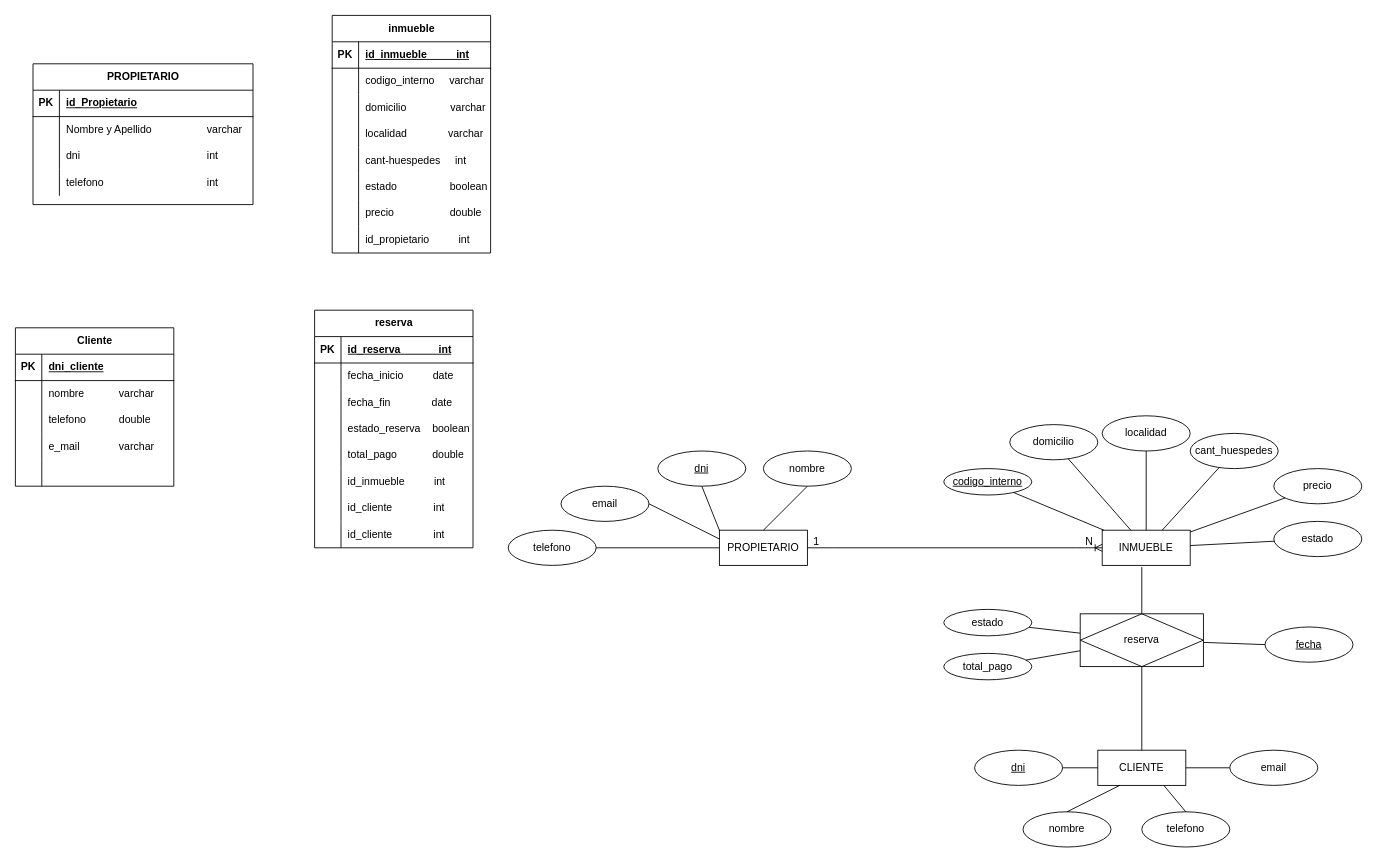
Above: page "Page-1" (2 of 2) of Diagrama sin título.drawio in carbai3/ABD_EJERCICIO1 (draw.io), before the change. Source tidied: cells renumbered, new cells numbered last; positions are measured from the earlier drawing's top-left corner, leaving out a move shared by most shapes. Both pictures are drawn from the tidied source at 88%, with x=0, y=0 at pixel (15, 15).
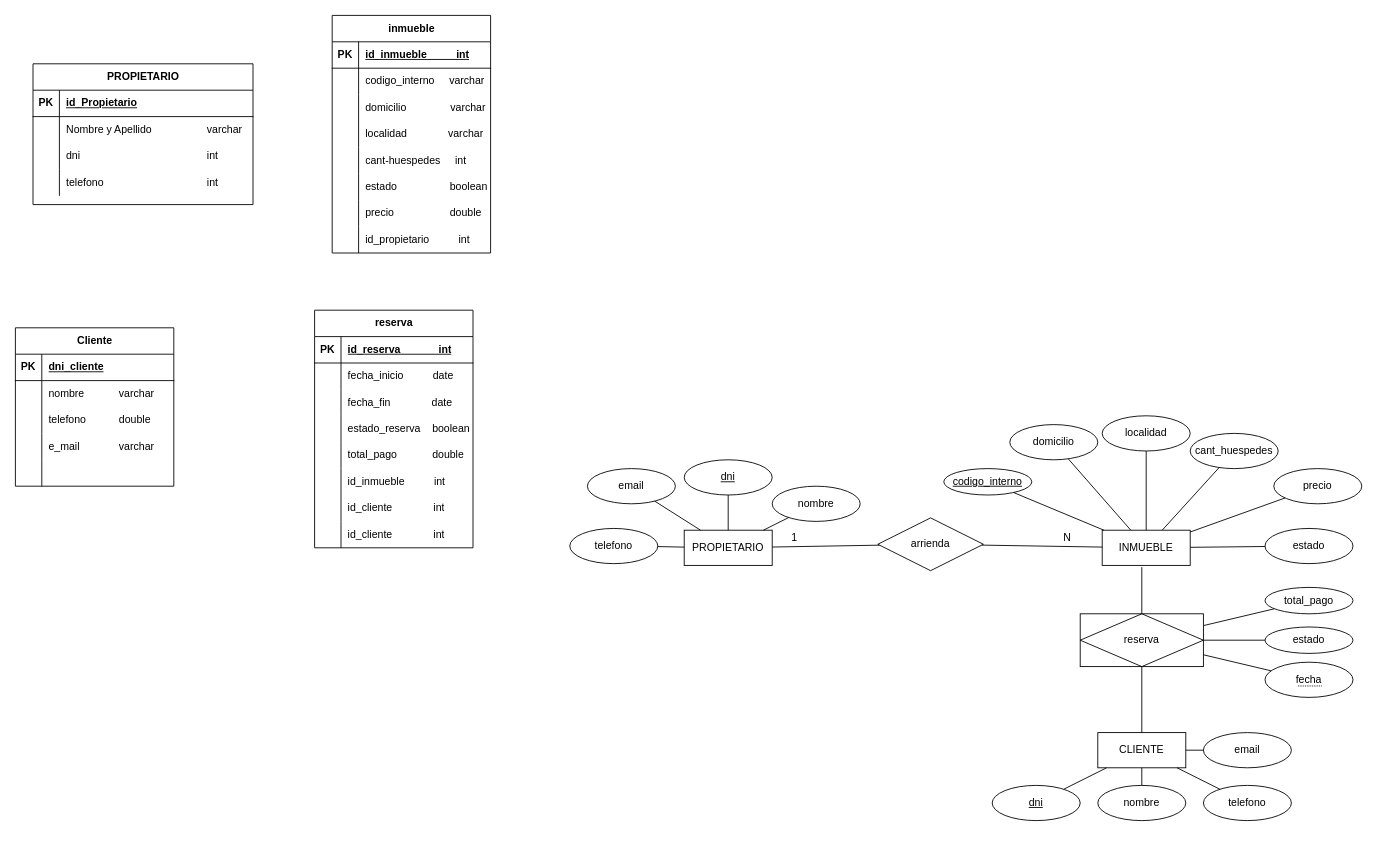
The same diagram, later.

Unchanged cells that the change refers to:
```xml
<mxCell id="3" value="INMUEBLE" style="whiteSpace=wrap;html=1;align=center;" parent="1" vertex="1">
  <mxGeometry x="1235" y="585" width="100" height="40" as="geometry" />
</mxCell>
<mxCell id="122" value="reserva" style="shape=associativeEntity;whiteSpace=wrap;html=1;align=center;" parent="1" vertex="1">
  <mxGeometry x="1210" y="680" width="140" height="60" as="geometry" />
</mxCell>
```

Diff of the diagram source:
```diff
@@
     <mxCell id="2" value="PROPIETARIO" style="whiteSpace=wrap;html=1;align=center;" parent="1" vertex="1">
-      <mxGeometry x="800" y="585" width="100" height="40" as="geometry" />
+      <mxGeometry x="760" y="585" width="100" height="40" as="geometry" />
     </mxCell>
@@
     <mxCell id="4" value="dni" style="ellipse;whiteSpace=wrap;html=1;align=center;fontStyle=4;" parent="1" vertex="1">
-      <mxGeometry x="730" y="495" width="100" height="40" as="geometry" />
+      <mxGeometry x="760" y="505" width="100" height="40" as="geometry" />
     </mxCell>
-    <mxCell id="5" style="endArrow=none;html=1;rounded=0;entryX=0;entryY=0;entryDx=0;entryDy=0;exitX=0.5;exitY=1;exitDx=0;exitDy=0;" parent="1" edge="1" source="4" target="2">
+    <mxCell id="5" style="endArrow=none;html=1;rounded=0;" parent="1" edge="1" source="4" target="2">
       <mxGeometry relative="1" as="geometry" />
     </mxCell>
@@
     <mxCell id="8" value="nombre" style="ellipse;whiteSpace=wrap;html=1;align=center;" parent="1" vertex="1">
-      <mxGeometry x="850" y="495" width="100" height="40" as="geometry" />
+      <mxGeometry x="860" y="535" width="100" height="40" as="geometry" />
     </mxCell>
-    <mxCell id="9" style="endArrow=none;html=1;rounded=0;exitX=0.5;exitY=0;exitDx=0;exitDy=0;entryX=0.5;entryY=1;entryDx=0;entryDy=0;" parent="1" edge="1" source="2" target="8">
+    <mxCell id="9" style="endArrow=none;html=1;rounded=0;" parent="1" edge="1" source="2" target="8">
       <mxGeometry relative="1" as="geometry" />
     </mxCell>
     <mxCell id="10" value="email" style="ellipse;whiteSpace=wrap;html=1;align=center;" parent="1" vertex="1">
-      <mxGeometry x="620" y="535" width="100" height="40" as="geometry" />
+      <mxGeometry x="650" y="515" width="100" height="40" as="geometry" />
     </mxCell>
-    <mxCell id="11" style="endArrow=none;html=1;rounded=0;exitX=1;exitY=0.5;exitDx=0;exitDy=0;entryX=0;entryY=0.25;entryDx=0;entryDy=0;" parent="1" edge="1" source="10" target="2">
+    <mxCell id="11" style="endArrow=none;html=1;rounded=0;" parent="1" edge="1" source="10" target="2">
       <mxGeometry relative="1" as="geometry" />
     </mxCell>
@@
     <mxCell id="18" value="estado" style="ellipse;whiteSpace=wrap;html=1;align=center;" parent="1" vertex="1">
-      <mxGeometry x="1430" y="575" width="100" height="40" as="geometry" />
+      <mxGeometry x="1420" y="583" width="100" height="40" as="geometry" />
     </mxCell>
@@
     <mxCell id="83" value="CLIENTE" style="whiteSpace=wrap;html=1;align=center;" parent="1" vertex="1">
-      <mxGeometry x="1230" y="835" width="100" height="40" as="geometry" />
+      <mxGeometry x="1230" y="815" width="100" height="40" as="geometry" />
     </mxCell>
     <mxCell id="84" value="nombre" style="ellipse;whiteSpace=wrap;html=1;align=center;" parent="1" vertex="1">
-      <mxGeometry x="1145" y="905" width="100" height="40" as="geometry" />
+      <mxGeometry x="1230" y="875" width="100" height="40" as="geometry" />
     </mxCell>
     <mxCell id="85" value="telefono" style="ellipse;whiteSpace=wrap;html=1;align=center;" parent="1" vertex="1">
-      <mxGeometry x="1280" y="905" width="100" height="40" as="geometry" />
+      <mxGeometry x="1350" y="875" width="100" height="40" as="geometry" />
     </mxCell>
     <mxCell id="86" value="email" style="ellipse;whiteSpace=wrap;html=1;align=center;" parent="1" vertex="1">
-      <mxGeometry x="1380" y="835" width="100" height="40" as="geometry" />
+      <mxGeometry x="1350" y="815" width="100" height="40" as="geometry" />
     </mxCell>
-    <mxCell id="87" style="endArrow=none;html=1;rounded=0;exitX=1;exitY=0.5;exitDx=0;exitDy=0;entryX=0;entryY=0.5;entryDx=0;entryDy=0;" parent="1" edge="1" source="116" target="83">
+    <mxCell id="87" style="endArrow=none;html=1;rounded=0;" parent="1" edge="1" source="116" target="83">
       <mxGeometry relative="1" as="geometry" />
     </mxCell>
-    <mxCell id="88" style="endArrow=none;html=1;rounded=0;exitX=0.5;exitY=0;exitDx=0;exitDy=0;entryX=0.25;entryY=1;entryDx=0;entryDy=0;" parent="1" edge="1" source="84" target="83">
+    <mxCell id="88" style="endArrow=none;html=1;rounded=0;" parent="1" edge="1" source="84" target="83">
       <mxGeometry relative="1" as="geometry" />
     </mxCell>
-    <mxCell id="89" style="endArrow=none;html=1;rounded=0;exitX=0.5;exitY=0;exitDx=0;exitDy=0;entryX=0.75;entryY=1;entryDx=0;entryDy=0;" parent="1" edge="1" source="85" target="83">
+    <mxCell id="89" style="endArrow=none;html=1;rounded=0;" parent="1" edge="1" source="85" target="83">
       <mxGeometry relative="1" as="geometry" />
     </mxCell>
-    <mxCell id="90" style="endArrow=none;html=1;rounded=0;exitX=1;exitY=0.5;exitDx=0;exitDy=0;entryX=0;entryY=0.5;entryDx=0;entryDy=0;" parent="1" edge="1" source="83" target="86">
+    <mxCell id="90" style="endArrow=none;html=1;rounded=0;entryX=0;entryY=0.5;entryDx=0;entryDy=0;" parent="1" edge="1" source="83" target="86">
       <mxGeometry relative="1" as="geometry" />
     </mxCell>
     <mxCell id="91" style="group;" parent="1" vertex="1">
-      <mxGeometry x="895" y="583" width="340" height="30" as="geometry" />
+      <mxGeometry x="870" y="579" width="340" height="52" as="geometry" />
     </mxCell>
@@
+    <mxCell id="125" value="arrienda" style="shape=rhombus;perimeter=rhombusPerimeter;whiteSpace=wrap;html=1;align=center;" parent="91" vertex="1">
+      <mxGeometry x="110" y="-8" width="120" height="60" as="geometry" />
+    </mxCell>
@@
     <mxCell id="95" value="&lt;div&gt;total_pago&lt;/div&gt;" style="ellipse;whiteSpace=wrap;html=1;align=center;" parent="1" vertex="1">
-      <mxGeometry x="1055" y="725" width="100" height="30" as="geometry" />
+      <mxGeometry x="1420" y="650" width="100" height="30" as="geometry" />
     </mxCell>
-    <mxCell id="96" style="endArrow=none;html=1;rounded=0;entryX=0;entryY=0.5;entryDx=0;entryDy=0;" parent="1" edge="1" source="122" target="117">
+    <mxCell id="96" style="endArrow=none;html=1;rounded=0;" parent="1" edge="1" source="122" target="117">
       <mxGeometry relative="1" as="geometry" />
     </mxCell>
@@
-    <mxCell id="98" style="edgeStyle=entityRelationEdgeStyle;fontSize=12;html=1;endArrow=ERoneToMany;rounded=0;exitX=1;exitY=0.5;exitDx=0;exitDy=0;entryX=0;entryY=0.5;entryDx=0;entryDy=0;" parent="1" edge="1" source="2" target="3">
-      <mxGeometry relative="1" as="geometry" />
-    </mxCell>
@@
     <mxCell id="116" value="dni" style="ellipse;whiteSpace=wrap;html=1;align=center;fontStyle=4;" parent="1" vertex="1">
-      <mxGeometry x="1090" y="835" width="100" height="40" as="geometry" />
+      <mxGeometry x="1110" y="875" width="100" height="40" as="geometry" />
     </mxCell>
-    <mxCell id="117" value="fecha" style="ellipse;whiteSpace=wrap;html=1;align=center;fontStyle=4;" parent="1" vertex="1">
-      <mxGeometry x="1420" y="695" width="100" height="40" as="geometry" />
-    </mxCell>
     <mxCell id="118" value="telefono" style="ellipse;whiteSpace=wrap;html=1;align=center;" parent="1" vertex="1">
-      <mxGeometry x="560" y="585" width="100" height="40" as="geometry" />
+      <mxGeometry x="630" y="583" width="100" height="40" as="geometry" />
     </mxCell>
-    <mxCell id="119" style="endArrow=none;html=1;rounded=0;exitX=1;exitY=0.5;exitDx=0;exitDy=0;entryX=0;entryY=0.5;entryDx=0;entryDy=0;" parent="1" edge="1" source="118" target="2">
+    <mxCell id="119" style="endArrow=none;html=1;rounded=0;" parent="1" edge="1" source="118" target="2">
       <mxGeometry relative="1" as="geometry" />
     </mxCell>
@@
     <mxCell id="124" value="&lt;div&gt;estado&lt;/div&gt;" style="ellipse;whiteSpace=wrap;html=1;align=center;" parent="1" vertex="1">
-      <mxGeometry x="1055" y="675" width="100" height="30" as="geometry" />
+      <mxGeometry x="1420" y="695" width="100" height="30" as="geometry" />
     </mxCell>
+    <mxCell id="126" style="endArrow=none;html=1;rounded=0;" parent="1" edge="1" source="2" target="125">
+      <mxGeometry relative="1" as="geometry" />
+    </mxCell>
+    <mxCell id="127" style="endArrow=none;html=1;rounded=0;" parent="1" edge="1" source="125" target="3">
+      <mxGeometry relative="1" as="geometry" />
+    </mxCell>
+    <mxCell id="117" value="&lt;span style=&quot;border-bottom: 1px dotted&quot;&gt;fecha&lt;/span&gt;" style="ellipse;whiteSpace=wrap;html=1;align=center;" parent="1" vertex="1">
+      <mxGeometry x="1420" y="735" width="100" height="40" as="geometry" />
+    </mxCell>
```
